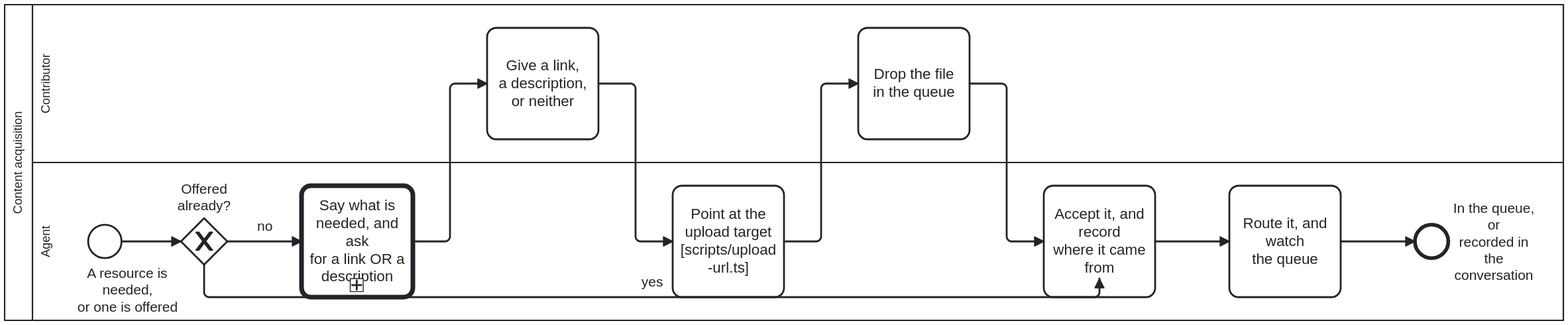
Earlier version of the BPMN export docs/assets/img/workflows/content-acquisition.svg (litlfred/cat-harness). Its source is kept beside it as processes/library/content-acquisition.bpmn. Ids are renumbered. Source of this version:
```xml
<bpmn:definitions xmlns:bpmn="http://www.omg.org/spec/BPMN/20100524/MODEL"
                  xmlns:bpmndi="http://www.omg.org/spec/BPMN/20100524/DI"
                  xmlns:dc="http://www.omg.org/spec/DD/20100524/DC"
                  xmlns:di="http://www.omg.org/spec/DD/20100524/DI"
                  xmlns:bootstrap.processes="https://litlfred.github.io/bootstrap/v0/processes/ns#"
                  xmlns:cat-harness.processes="https://litlfred.github.io/cat-harness/v0/processes/ns#"
                  id="Definitions_Process_ContentAcquisition" targetNamespace="https://litlfred.github.io/folio-assistant/workflows"
                  exporter="folio-assistant" exporterVersion="1">
  <bpmn:import namespace="https://litlfred.github.io/bootstrap/v0/processes/ns#" location="https://litlfred.github.io/bootstrap/v0/processes/ns.jsonld" importType="http://www.w3.org/ns/json-ld"/>
  <bpmn:resource id="ingestion-agent" name="Ingestion engine"/>
  <bpmn:resource id="user" name="User"/>
  <bpmn:collaboration id="Collaboration_Process_ContentAcquisition">
    <bpmn:participant id="Participant_Process_ContentAcquisition" name="Content acquisition" processRef="Process_ContentAcquisition"/>
  </bpmn:collaboration>
  <bpmn:process id="Process_ContentAcquisition" name="Content acquisition" isExecutable="false">
    <bpmn:documentation>How a resource gets into the graph in the first place. `document-ingestion.bpmn` begins at "a file lands in uploads/" and calls that its only entry point — true of ingestion, and silent on how the file got there. This is the step before it. The channels are plural and the set is open: uploads/ is one, the conversation is another.</bpmn:documentation>
    <bpmn:extensionElements>
      <cat-harness.processes:policy enforcement="advisory"/>
    </bpmn:extensionElements>
    <bpmn:laneSet id="LaneSet_Process_ContentAcquisition">
      <bpmn:lane id="Lane_Person" name="Contributor" partitionElementRef="user">
        <bpmn:documentation>Both of this lane's tasks are optional by design, not merely possible: P_Respond's 'or neither' is a real, accepted outcome rather than a stall, and A_Ask already states what happens if nothing comes back — so this lane can contribute nothing at all and the process still proceeds, which is not true of the sign-off lanes elsewhere in this corpus.</bpmn:documentation>
        <!-- Bound EXPLICITLY rather than by lane name. `roles.json` matches a
             lane to a role by name, and that indirection is how one role ended
             up carrying five aliases because five diagrams each named the same
             lane differently. "Contributor" is what this lane IS in this
             process; `user` is the declared role performing it. -->
        <bpmn:flowNodeRef>P_Respond</bpmn:flowNodeRef>
        <bpmn:flowNodeRef>P_Upload</bpmn:flowNodeRef>
      </bpmn:lane>
      <bpmn:lane id="Lane_Agent" name="Agent" partitionElementRef="ingestion-agent">
        <bpmn:documentation>This lane is not unattended, unlike the same role elsewhere: A_Ask and A_Route both wait on Lane_Person, for minutes or days, because there is no material yet to make a gate decidable from — that only becomes true once a file or description exists. Acquisition ends at the moment something lands in the queue; everything past that boundary is document-ingestion.bpmn's actually-unattended run, not this one.</bpmn:documentation>
        <bpmn:flowNodeRef>Start_Acquire</bpmn:flowNodeRef>
        <bpmn:flowNodeRef>GW_Offered</bpmn:flowNodeRef>
        <bpmn:flowNodeRef>A_Ask</bpmn:flowNodeRef>
        <bpmn:flowNodeRef>A_PointToUpload</bpmn:flowNodeRef>
        <bpmn:flowNodeRef>A_Accept</bpmn:flowNodeRef>
        <bpmn:flowNodeRef>A_Route</bpmn:flowNodeRef>
        <bpmn:flowNodeRef>End_Acquired</bpmn:flowNodeRef>
      </bpmn:lane>
    </bpmn:laneSet>
    <bpmn:startEvent id="Start_Acquire" name="A resource is needed,&#10;or one is offered"/>
    <bpmn:exclusiveGateway id="GW_Offered" name="Offered already?">
      <bpmn:documentation>Did the resource arrive with the request? `no`: say what is needed and ask for a link or a description. `yes`: accept it and record where it came from.</bpmn:documentation>
    </bpmn:exclusiveGateway>
    <bpmn:callActivity id="A_Ask" calledElement="Process_AskThePerson" name="Say what is needed, and ask&#10;for a link OR a description">
      <bpmn:documentation>Both forms, named together. A person who cannot find the file often knows exactly what it is, and a description in their own words is an acquired resource rather than a consolation prize. Asking for the upload first demands the one thing they may not have, before the cheaper answers have been offered. Say what happens if they do nothing.</bpmn:documentation>
      <bpmn:extensionElements><bootstrap.processes:skill ref="content-acquisition"/></bpmn:extensionElements>
    </bpmn:callActivity>
    <bpmn:task id="P_Respond" name="Give a link,&#10;a description, or neither">
      <bpmn:documentation>"Or neither" is a real outcome, not a failure. The ask says what happens if nothing comes, and then that happens — the work proceeds without the resource and says so.</bpmn:documentation>
      <bpmn:extensionElements>
        <cat-harness.processes:no-skill reason="A person answering a question. The skill governs how the agent ASKS, which is A_Ask; there is nothing here for a skill to instruct."/>
      </bpmn:extensionElements>
    </bpmn:task>
    <bpmn:task id="A_PointToUpload" name="Point at the upload target&#10;[scripts/upload-url.ts]">
      <bpmn:documentation>Composed from the declaration, never written by hand. The queue is declared with INSTANCE scope, so its declared path is missing the segment a repository-relative forge URL needs: /upload/main/uploads is a 404 and /upload/main/cat-harness/uploads is not, verified against GitHub 2026-09-20. Every failure is named — no origin remote, a non-GitHub forge, a declared-but-absent queue — because a URL is believed, and somebody sent to a wrong one cannot tell it from an empty directory. On failure, fall back to the conversation.</bpmn:documentation>
      <bpmn:extensionElements><bootstrap.processes:skill ref="content-acquisition"/></bpmn:extensionElements>
    </bpmn:task>
    <bpmn:task id="P_Upload" name="Drop the file&#10;in the queue">
      <bpmn:documentation>Through the forge's upload form, a commit, or any other route that lands the file in the declared queue. The agent watches rather than chases: an arrival may be minutes or days away.</bpmn:documentation>
      <bpmn:extensionElements>
        <cat-harness.processes:no-skill reason="A person dropping a file. The agent's half is pointing at the right target (A_PointToUpload) and noticing the arrival (A_Route), and both carry skills."/>
      </bpmn:extensionElements>
    </bpmn:task>
    <bpmn:task id="A_Accept" name="Accept it, and record&#10;where it came from">
      <bpmn:documentation>Both branches land here. An unprompted offer is accepted as it stands — do not make somebody follow a process to hand over what they already have. Provenance is recorded whichever channel it arrived through: a description given in chat has a source and can be wrong, exactly as a PDF does.</bpmn:documentation>
      <bpmn:extensionElements><bootstrap.processes:skill ref="content-acquisition"/></bpmn:extensionElements>
    </bpmn:task>
    <bpmn:task id="A_Route" name="Route it, and watch&#10;the queue">
      <bpmn:documentation>A file goes to ingestion; a link or a description goes to whatever will resolve it. Acquisition stops here — the moment a file is in the queue, library-ingestion owns it, and keeping that seam sharp is what lets a resource acquired through a channel that does not exist yet reach ingestion unchanged. An arrival may be minutes or days away, so it is watched rather than chased.</bpmn:documentation>
      <bpmn:extensionElements>
        <bootstrap.processes:skill ref="uploads-watch"/>
        <bootstrap.processes:skill ref="library-ingestion"/>
      </bpmn:extensionElements>
    </bpmn:task>
    <bpmn:endEvent id="End_Acquired" name="In the queue, or&#10;recorded in the conversation"/>
    <bpmn:sequenceFlow id="SF_CA_1" sourceRef="Start_Acquire" targetRef="GW_Offered"/>
    <bpmn:sequenceFlow id="SF_CA_2" name="no" sourceRef="GW_Offered" targetRef="A_Ask"/>
    <bpmn:sequenceFlow id="SF_CA_3" sourceRef="A_Ask" targetRef="P_Respond"/>
    <bpmn:sequenceFlow id="SF_CA_4" sourceRef="P_Respond" targetRef="A_PointToUpload"/>
    <bpmn:sequenceFlow id="SF_CA_5" sourceRef="A_PointToUpload" targetRef="P_Upload"/>
    <bpmn:sequenceFlow id="SF_CA_6" sourceRef="P_Upload" targetRef="A_Accept"/>
    <bpmn:sequenceFlow id="SF_CA_7" name="yes" sourceRef="GW_Offered" targetRef="A_Accept"/>
    <bpmn:sequenceFlow id="SF_CA_8" sourceRef="A_Accept" targetRef="A_Route"/>
    <bpmn:sequenceFlow id="SF_CA_9" sourceRef="A_Route" targetRef="End_Acquired"/>
  </bpmn:process>
  <bpmndi:BPMNDiagram id="Diagram_Process_ContentAcquisition">
    <bpmndi:BPMNPlane id="Plane_Process_ContentAcquisition" bpmnElement="Collaboration_Process_ContentAcquisition">
      <bpmndi:BPMNShape id="Shape_Participant_Process_ContentAcquisition" bpmnElement="Participant_Process_ContentAcquisition" isHorizontal="true">
        <dc:Bounds x="160" y="80" width="1680" height="340" />
      </bpmndi:BPMNShape>
      <bpmndi:BPMNShape id="Shape_Lane_Person" bpmnElement="Lane_Person" isHorizontal="true">
        <dc:Bounds x="190" y="80" width="1650" height="170" />
      </bpmndi:BPMNShape>
      <bpmndi:BPMNShape id="Shape_Lane_Agent" bpmnElement="Lane_Agent" isHorizontal="true">
        <dc:Bounds x="190" y="250" width="1650" height="170" />
      </bpmndi:BPMNShape>
      <bpmndi:BPMNShape id="Shape_Start_Acquire" bpmnElement="Start_Acquire">
        <dc:Bounds x="250" y="317" width="36" height="36" />

      <bpmndi:BPMNLabel><dc:Bounds x="224.59" y="361" width="135" height="54" /></bpmndi:BPMNLabel></bpmndi:BPMNShape>
      <bpmndi:BPMNShape id="Shape_GW_Offered" bpmnElement="GW_Offered" isMarkerVisible="true">
        <dc:Bounds x="350" y="310" width="50" height="50" />

      <bpmndi:BPMNLabel><dc:Bounds x="330" y="270" width="90" height="36" /></bpmndi:BPMNLabel></bpmndi:BPMNShape>
      <bpmndi:BPMNShape id="Shape_A_Ask" bpmnElement="A_Ask">
        <dc:Bounds x="480" y="275" width="120" height="120" />
      </bpmndi:BPMNShape>
      <bpmndi:BPMNShape id="Shape_P_Respond" bpmnElement="P_Respond">
        <dc:Bounds x="680" y="105" width="120" height="120" />
      </bpmndi:BPMNShape>
      <bpmndi:BPMNShape id="Shape_A_PointToUpload" bpmnElement="A_PointToUpload">
        <dc:Bounds x="880" y="275" width="120" height="120" />
      </bpmndi:BPMNShape>
      <bpmndi:BPMNShape id="Shape_P_Upload" bpmnElement="P_Upload">
        <dc:Bounds x="1080" y="105" width="120" height="120" />
      </bpmndi:BPMNShape>
      <bpmndi:BPMNShape id="Shape_A_Accept" bpmnElement="A_Accept">
        <dc:Bounds x="1280" y="275" width="120" height="120" />
      </bpmndi:BPMNShape>
      <bpmndi:BPMNShape id="Shape_A_Route" bpmnElement="A_Route">
        <dc:Bounds x="1480" y="275" width="120" height="120" />
      </bpmndi:BPMNShape>
      <bpmndi:BPMNShape id="Shape_End_Acquired" bpmnElement="End_Acquired">
        <dc:Bounds x="1680" y="317" width="36" height="36" />

      <bpmndi:BPMNLabel><dc:Bounds x="1720" y="290.5" width="90" height="89" /></bpmndi:BPMNLabel></bpmndi:BPMNShape>
      <bpmndi:BPMNEdge id="Edge_SF_CA_1" bpmnElement="SF_CA_1">
        <di:waypoint x="286" y="335" />
        <di:waypoint x="350" y="335" />
      </bpmndi:BPMNEdge>
      <bpmndi:BPMNEdge id="Edge_SF_CA_2" bpmnElement="SF_CA_2">
        <di:waypoint x="400" y="335" />
        <di:waypoint x="480" y="335" />
      </bpmndi:BPMNEdge>
      <bpmndi:BPMNEdge id="Edge_SF_CA_3" bpmnElement="SF_CA_3">
        <di:waypoint x="600" y="335" />
        <di:waypoint x="640" y="335" />
        <di:waypoint x="640" y="165" />
        <di:waypoint x="680" y="165" />
      </bpmndi:BPMNEdge>
      <bpmndi:BPMNEdge id="Edge_SF_CA_4" bpmnElement="SF_CA_4">
        <di:waypoint x="800" y="165" />
        <di:waypoint x="840" y="165" />
        <di:waypoint x="840" y="335" />
        <di:waypoint x="880" y="335" />
      </bpmndi:BPMNEdge>
      <bpmndi:BPMNEdge id="Edge_SF_CA_5" bpmnElement="SF_CA_5">
        <di:waypoint x="1000" y="335" />
        <di:waypoint x="1040" y="335" />
        <di:waypoint x="1040" y="165" />
        <di:waypoint x="1080" y="165" />
      </bpmndi:BPMNEdge>
      <bpmndi:BPMNEdge id="Edge_SF_CA_6" bpmnElement="SF_CA_6">
        <di:waypoint x="1200" y="165" />
        <di:waypoint x="1240" y="165" />
        <di:waypoint x="1240" y="335" />
        <di:waypoint x="1280" y="335" />
      </bpmndi:BPMNEdge>
      <bpmndi:BPMNEdge id="Edge_SF_CA_7" bpmnElement="SF_CA_7">
        <di:waypoint x="375" y="360" />
        <di:waypoint x="375" y="395" />
        <di:waypoint x="1340" y="395" />
        <di:waypoint x="1340" y="375" />
      </bpmndi:BPMNEdge>
      <bpmndi:BPMNEdge id="Edge_SF_CA_8" bpmnElement="SF_CA_8">
        <di:waypoint x="1400" y="335" />
        <di:waypoint x="1480" y="335" />
      </bpmndi:BPMNEdge>
      <bpmndi:BPMNEdge id="Edge_SF_CA_9" bpmnElement="SF_CA_9">
        <di:waypoint x="1600" y="335" />
        <di:waypoint x="1680" y="335" />
      </bpmndi:BPMNEdge>
    </bpmndi:BPMNPlane>
  </bpmndi:BPMNDiagram>
</bpmn:definitions>
```
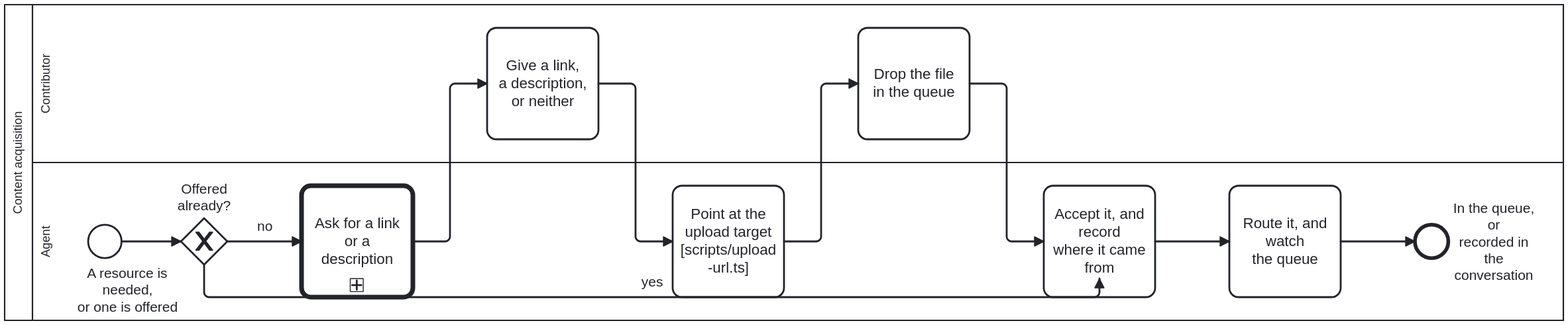
The same diagram one commit later.

What changed in the source:
```diff
@@ -43,7 +43,7 @@
     <bpmn:exclusiveGateway id="GW_Offered" name="Offered already?">
       <bpmn:documentation>Did the resource arrive with the request? `no`: say what is needed and ask for a link or a description. `yes`: accept it and record where it came from.</bpmn:documentation>
     </bpmn:exclusiveGateway>
-    <bpmn:callActivity id="A_Ask" calledElement="Process_AskThePerson" name="Say what is needed, and ask&#10;for a link OR a description">
+    <bpmn:callActivity id="A_Ask" calledElement="Process_AskThePerson" name="Ask for a link or a description">
       <bpmn:documentation>Both forms, named together. A person who cannot find the file often knows exactly what it is, and a description in their own words is an acquired resource rather than a consolation prize. Asking for the upload first demands the one thing they may not have, before the cheaper answers have been offered. Say what happens if they do nothing.</bpmn:documentation>
       <bpmn:extensionElements><bootstrap.processes:skill ref="content-acquisition"/></bpmn:extensionElements>
     </bpmn:callActivity>
```
